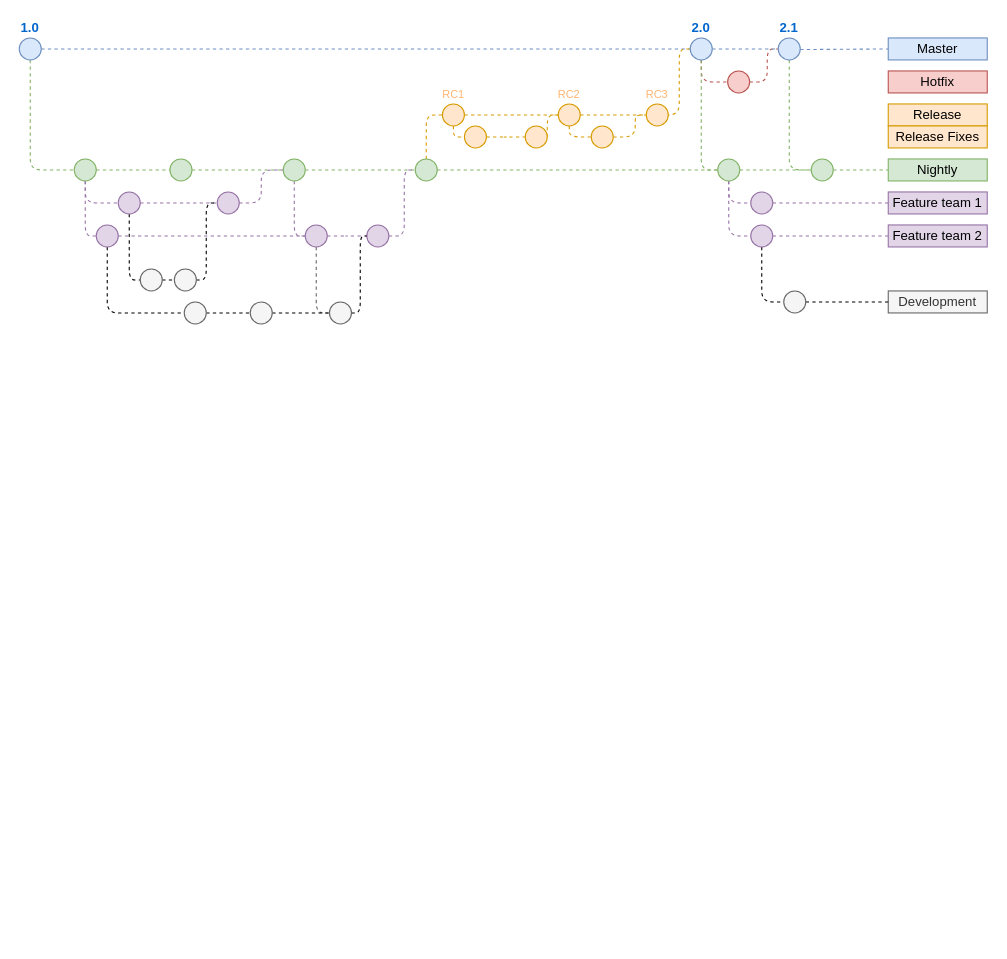
The draw.io diagram elc/role.drawio in russell7/draw.io, before the edit. Source tidied: cells renumbered, new cells numbered last; positions are measured from the earlier drawing's top-left corner, leaving out a move shared by most shapes. Both pictures are drawn from the tidied source at 110%, with x=0, y=0 at pixel (19, 37).
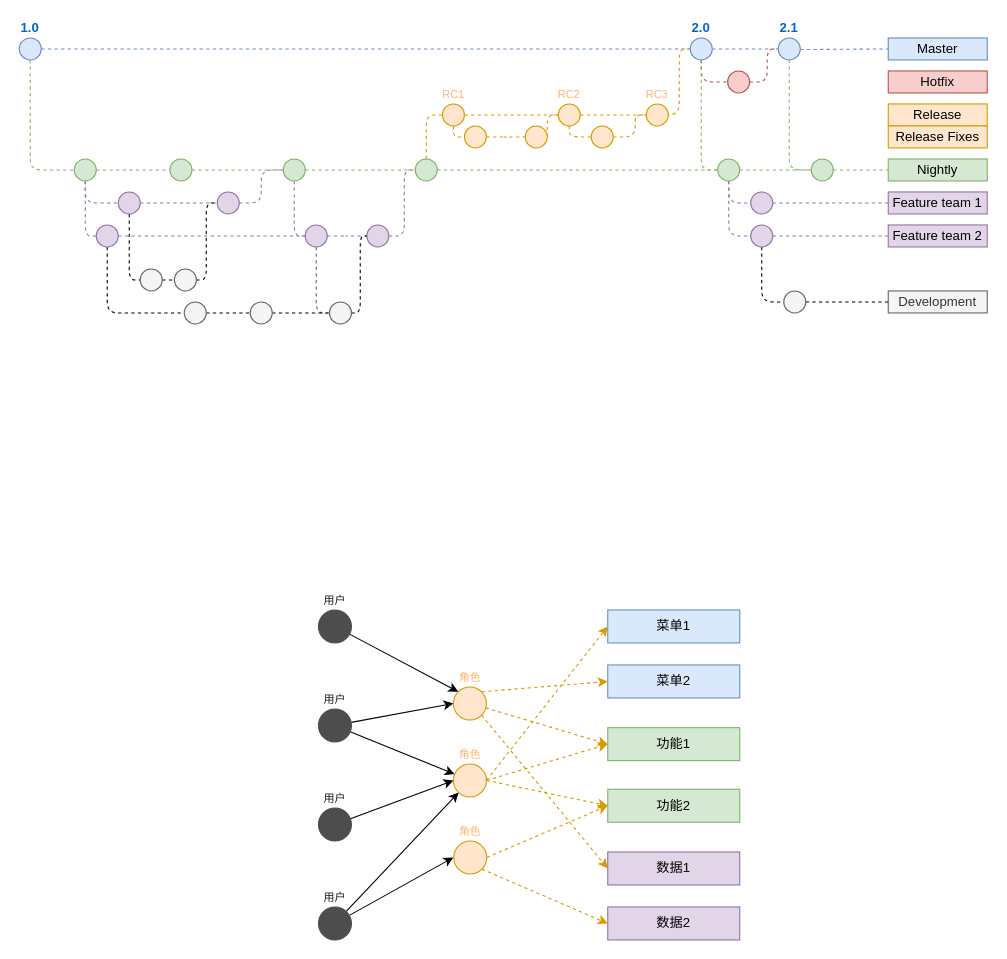
Above is the later version.

Change to the diagram source:
```diff
@@
+    <mxCell id="83" value="菜单2" style="text;html=1;strokeColor=#6c8ebf;fillColor=#dae8fc;align=center;verticalAlign=middle;whiteSpace=wrap;rounded=0;" parent="1" vertex="1">
+      <mxGeometry x="535" y="570" width="120" height="30" as="geometry" />
+    </mxCell>
+    <mxCell id="84" value="功能2" style="text;html=1;strokeColor=#82b366;fillColor=#d5e8d4;align=center;verticalAlign=middle;whiteSpace=wrap;rounded=0;" parent="1" vertex="1">
+      <mxGeometry x="535" y="683" width="120" height="30" as="geometry" />
+    </mxCell>
+    <mxCell id="85" value="数据1" style="text;html=1;strokeColor=#9673a6;fillColor=#e1d5e7;align=center;verticalAlign=middle;whiteSpace=wrap;rounded=0;" parent="1" vertex="1">
+      <mxGeometry x="535" y="740" width="120" height="30" as="geometry" />
+    </mxCell>
+    <mxCell id="86" style="rounded=1;jettySize=auto;html=1;entryX=0;entryY=0.5;entryDx=0;entryDy=0;dashed=1;endArrow=classic;endFill=1;fontSize=12;fontColor=#FFB570;fillColor=#ffe6cc;strokeColor=#d79b00;exitX=1;exitY=0;exitDx=0;exitDy=0;startArrow=none;startFill=0;" parent="1" edge="1" source="87" target="83">
+      <mxGeometry relative="1" as="geometry" />
+    </mxCell>
+    <mxCell id="87" value="角色" style="ellipse;whiteSpace=wrap;html=1;fontSize=10;fillColor=#ffe6cc;strokeColor=#d79b00;labelPosition=center;verticalLabelPosition=top;align=center;verticalAlign=bottom;fontColor=#FFB570;" parent="1" vertex="1">
+      <mxGeometry x="394.7" y="590" width="30" height="30" as="geometry" />
+    </mxCell>
+    <mxCell id="88" value="功能1" style="text;html=1;strokeColor=#82b366;fillColor=#d5e8d4;align=center;verticalAlign=middle;whiteSpace=wrap;rounded=0;" parent="1" vertex="1">
+      <mxGeometry x="535" y="627" width="120" height="30" as="geometry" />
+    </mxCell>
+    <mxCell id="89" value="角色" style="ellipse;whiteSpace=wrap;html=1;fontSize=10;fillColor=#ffe6cc;strokeColor=#d79b00;labelPosition=center;verticalLabelPosition=top;align=center;verticalAlign=bottom;fontColor=#FFB570;" parent="1" vertex="1">
+      <mxGeometry x="394.7" y="660" width="30" height="30" as="geometry" />
+    </mxCell>
+    <mxCell id="90" value="角色" style="ellipse;whiteSpace=wrap;html=1;fontSize=10;fillColor=#ffe6cc;strokeColor=#d79b00;labelPosition=center;verticalLabelPosition=top;align=center;verticalAlign=bottom;fontColor=#FFB570;" parent="1" vertex="1">
+      <mxGeometry x="395" y="730" width="30" height="30" as="geometry" />
+    </mxCell>
+    <mxCell id="91" style="rounded=1;jettySize=auto;html=1;entryX=0;entryY=0.5;entryDx=0;entryDy=0;dashed=1;endArrow=classic;endFill=1;fontSize=12;fontColor=#FFB570;fillColor=#ffe6cc;strokeColor=#d79b00;exitX=1;exitY=1;exitDx=0;exitDy=0;startArrow=none;startFill=0;" parent="1" edge="1" source="87" target="85">
+      <mxGeometry relative="1" as="geometry" />
+    </mxCell>
+    <mxCell id="92" style="rounded=1;jettySize=auto;html=1;entryX=0;entryY=0.5;entryDx=0;entryDy=0;dashed=1;endArrow=classic;endFill=1;fontSize=12;fontColor=#FFB570;fillColor=#ffe6cc;strokeColor=#d79b00;exitX=1;exitY=0.5;exitDx=0;exitDy=0;startArrow=none;startFill=0;" parent="1" edge="1" source="89" target="88">
+      <mxGeometry relative="1" as="geometry" />
+    </mxCell>
+    <mxCell id="93" style="rounded=1;jettySize=auto;html=1;entryX=0;entryY=0.5;entryDx=0;entryDy=0;dashed=1;endArrow=classic;endFill=1;fontSize=12;fontColor=#FFB570;fillColor=#ffe6cc;strokeColor=#d79b00;exitX=1;exitY=0.5;exitDx=0;exitDy=0;startArrow=none;startFill=0;" parent="1" edge="1" source="90" target="84">
+      <mxGeometry relative="1" as="geometry" />
+    </mxCell>
+    <mxCell id="94" style="rounded=1;jettySize=auto;html=1;entryX=0;entryY=0.5;entryDx=0;entryDy=0;dashed=1;endArrow=classic;endFill=1;fontSize=12;fontColor=#FFB570;fillColor=#ffe6cc;strokeColor=#d79b00;exitX=1;exitY=0.5;exitDx=0;exitDy=0;startArrow=none;startFill=0;" parent="1" edge="1" source="89" target="84">
+      <mxGeometry relative="1" as="geometry" />
+    </mxCell>
+    <mxCell id="95" style="edgeStyle=none;rounded=0;jettySize=auto;html=1;entryX=0;entryY=0.5;entryDx=0;entryDy=0;fontColor=#1A1A1A;startArrow=none;startFill=0;endArrow=classic;endFill=1;" parent="1" edge="1" source="97" target="87">
+      <mxGeometry relative="1" as="geometry" />
+    </mxCell>
+    <mxCell id="96" style="edgeStyle=none;rounded=0;jettySize=auto;html=1;fontColor=#1A1A1A;startArrow=none;startFill=0;endArrow=classic;endFill=1;" parent="1" edge="1" source="97" target="89">
+      <mxGeometry relative="1" as="geometry" />
+    </mxCell>
+    <mxCell id="97" value="用户" style="ellipse;whiteSpace=wrap;html=1;fontSize=10;labelPosition=center;verticalLabelPosition=top;align=center;verticalAlign=bottom;fontColor=#1A1A1A;fillColor=#4D4D4D;strokeColor=#4D4D4D;" parent="1" vertex="1">
+      <mxGeometry x="272" y="610" width="30" height="30" as="geometry" />
+    </mxCell>
+    <mxCell id="98" style="edgeStyle=none;rounded=0;jettySize=auto;html=1;entryX=0;entryY=0.5;entryDx=0;entryDy=0;fontColor=#1A1A1A;startArrow=none;startFill=0;endArrow=classic;endFill=1;" parent="1" edge="1" source="99">
+      <mxGeometry relative="1" as="geometry">
+        <mxPoint x="394.7" y="675" as="targetPoint" />
+      </mxGeometry>
+    </mxCell>
+    <mxCell id="99" value="用户" style="ellipse;whiteSpace=wrap;html=1;fontSize=10;labelPosition=center;verticalLabelPosition=top;align=center;verticalAlign=bottom;fontColor=#1A1A1A;fillColor=#4D4D4D;strokeColor=#4D4D4D;" parent="1" vertex="1">
+      <mxGeometry x="272" y="700" width="30" height="30" as="geometry" />
+    </mxCell>
+    <mxCell id="100" style="edgeStyle=none;rounded=0;jettySize=auto;html=1;entryX=0;entryY=0.5;entryDx=0;entryDy=0;fontColor=#1A1A1A;startArrow=none;startFill=0;endArrow=classic;endFill=1;" parent="1" edge="1" source="102">
+      <mxGeometry relative="1" as="geometry">
+        <mxPoint x="394.7" y="745" as="targetPoint" />
+      </mxGeometry>
+    </mxCell>
+    <mxCell id="101" style="edgeStyle=none;rounded=0;jettySize=auto;html=1;fontColor=#1A1A1A;startArrow=none;startFill=0;endArrow=classic;endFill=1;" parent="1" edge="1" source="102" target="89">
+      <mxGeometry relative="1" as="geometry" />
+    </mxCell>
+    <mxCell id="102" value="用户" style="ellipse;whiteSpace=wrap;html=1;fontSize=10;labelPosition=center;verticalLabelPosition=top;align=center;verticalAlign=bottom;fontColor=#1A1A1A;fillColor=#4D4D4D;strokeColor=#4D4D4D;" parent="1" vertex="1">
+      <mxGeometry x="272" y="790" width="30" height="30" as="geometry" />
+    </mxCell>
+    <mxCell id="103" value="数据2" style="text;html=1;strokeColor=#9673a6;fillColor=#e1d5e7;align=center;verticalAlign=middle;whiteSpace=wrap;rounded=0;" parent="1" vertex="1">
+      <mxGeometry x="535" y="790" width="120" height="30" as="geometry" />
+    </mxCell>
+    <mxCell id="104" value="菜单1" style="text;html=1;strokeColor=#6c8ebf;fillColor=#dae8fc;align=center;verticalAlign=middle;whiteSpace=wrap;rounded=0;" parent="1" vertex="1">
+      <mxGeometry x="535" y="520" width="120" height="30" as="geometry" />
+    </mxCell>
+    <mxCell id="105" style="rounded=1;orthogonalLoop=1;jettySize=auto;html=1;dashed=1;endArrow=classic;endFill=1;fontSize=12;fontColor=#FFB570;fillColor=#ffe6cc;strokeColor=#d79b00;startArrow=none;startFill=0;" parent="1" edge="1">
+      <mxGeometry relative="1" as="geometry">
+        <mxPoint x="424" y="609" as="sourcePoint" />
+        <mxPoint x="535" y="642" as="targetPoint" />
+      </mxGeometry>
+    </mxCell>
+    <mxCell id="106" style="rounded=1;jettySize=auto;html=1;dashed=1;endArrow=classic;endFill=1;fontSize=12;fontColor=#FFB570;fillColor=#ffe6cc;strokeColor=#d79b00;startArrow=none;startFill=0;entryX=0;entryY=0.5;entryDx=0;entryDy=0;exitX=1;exitY=0.5;exitDx=0;exitDy=0;" parent="1" edge="1" source="89" target="104">
+      <mxGeometry relative="1" as="geometry" />
+    </mxCell>
+    <mxCell id="107" style="rounded=1;jettySize=auto;html=1;entryX=0;entryY=0.5;entryDx=0;entryDy=0;dashed=1;endArrow=classic;endFill=1;fontSize=12;fontColor=#FFB570;fillColor=#ffe6cc;strokeColor=#d79b00;exitX=1;exitY=1;exitDx=0;exitDy=0;startArrow=none;startFill=0;" parent="1" edge="1" source="90" target="103">
+      <mxGeometry relative="1" as="geometry" />
+    </mxCell>
+    <mxCell id="108" style="edgeStyle=none;rounded=0;jettySize=auto;html=1;entryX=0;entryY=0;entryDx=0;entryDy=0;fontColor=#1A1A1A;startArrow=none;startFill=0;endArrow=classic;endFill=1;" parent="1" edge="1" source="109" target="87">
+      <mxGeometry relative="1" as="geometry" />
+    </mxCell>
+    <mxCell id="109" value="用户" style="ellipse;whiteSpace=wrap;html=1;fontSize=10;labelPosition=center;verticalLabelPosition=top;align=center;verticalAlign=bottom;fontColor=#1A1A1A;fillColor=#4D4D4D;strokeColor=#4D4D4D;" parent="1" vertex="1">
+      <mxGeometry x="272" y="520" width="30" height="30" as="geometry" />
+    </mxCell>
```
